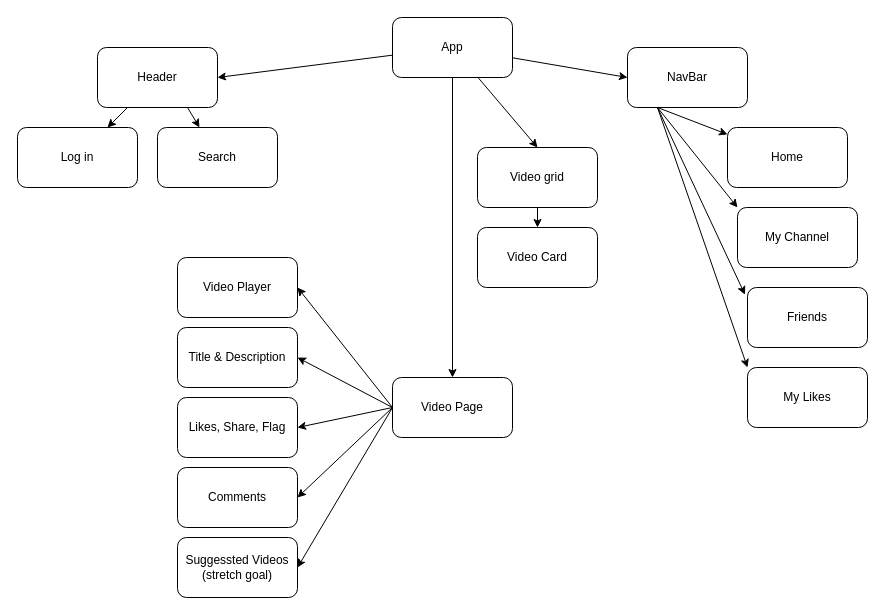
The draw.io diagram src/components/flowchart.drawio in peachyGB/EweTube, before the edit. Source tidied: cells renumbered, new cells numbered last; positions are measured from the earlier drawing's top-left corner, leaving out a move shared by most shapes. Both pictures are drawn from the tidied source at 100%, with x=0, y=0 at pixel (17, 17).
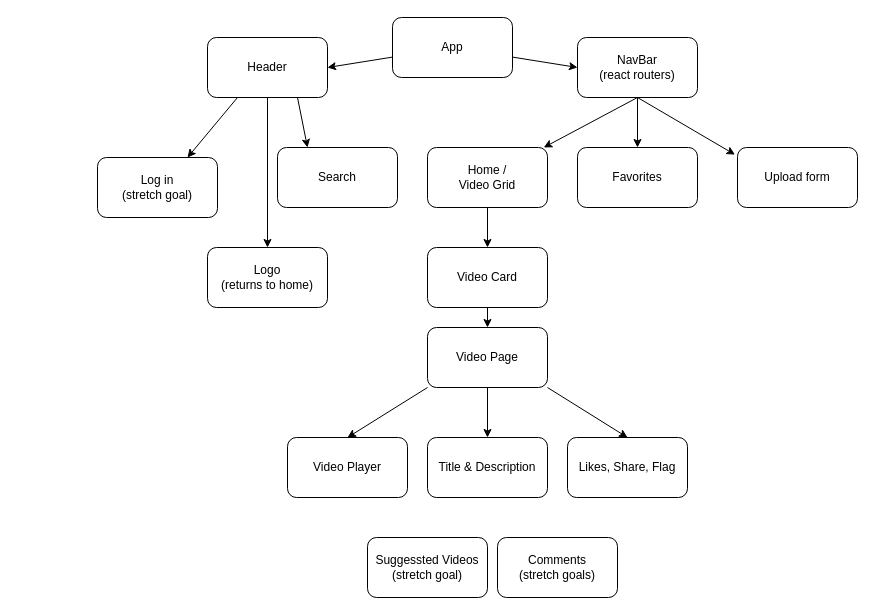
The same diagram, later.

The change refers to these unchanged cells:
```xml
<mxCell id="6" value="App" style="rounded=1;whiteSpace=wrap;html=1;" parent="1" vertex="1">
  <mxGeometry x="375" width="120" height="60" as="geometry" />
</mxCell>
```

Diff of the diagram source:
```diff
@@
-    <mxCell id="4" style="edgeStyle=none;html=1;entryX=0.5;entryY=0;entryDx=0;entryDy=0;" parent="1" edge="1" source="6" target="27">
-      <mxGeometry relative="1" as="geometry" />
-    </mxCell>
-    <mxCell id="5" style="edgeStyle=none;html=1;entryX=0.5;entryY=0;entryDx=0;entryDy=0;" parent="1" edge="1" source="6" target="21">
-      <mxGeometry relative="1" as="geometry" />
+    <mxCell id="5" style="edgeStyle=none;html=1;" parent="1" edge="1" source="6">
+      <mxGeometry relative="1" as="geometry">
+        <mxPoint x="460" y="60" as="targetPoint" />
+      </mxGeometry>
     </mxCell>
@@
-    <mxCell id="8" style="edgeStyle=none;html=1;exitX=0.75;exitY=1;exitDx=0;exitDy=0;" parent="1" edge="1" source="9" target="11">
+    <mxCell id="8" style="edgeStyle=none;html=1;exitX=0.75;exitY=1;exitDx=0;exitDy=0;entryX=0.25;entryY=0;entryDx=0;entryDy=0;" parent="1" edge="1" source="9" target="11">
       <mxGeometry relative="1" as="geometry" />
     </mxCell>
+    <mxCell id="35" style="edgeStyle=none;html=1;" parent="1" edge="1" source="9" target="38">
+      <mxGeometry relative="1" as="geometry" />
+    </mxCell>
     <mxCell id="9" value="Header" style="rounded=1;whiteSpace=wrap;html=1;" parent="1" vertex="1">
-      <mxGeometry x="80" y="30" width="120" height="60" as="geometry" />
+      <mxGeometry x="190" y="20" width="120" height="60" as="geometry" />
     </mxCell>
-    <mxCell id="10" value="Log in" style="rounded=1;whiteSpace=wrap;html=1;" parent="1" vertex="1">
-      <mxGeometry y="110" width="120" height="60" as="geometry" />
+    <mxCell id="10" value="Log in&lt;br&gt;(stretch goal)" style="rounded=1;whiteSpace=wrap;html=1;" parent="1" vertex="1">
+      <mxGeometry x="80" y="140" width="120" height="60" as="geometry" />
     </mxCell>
     <mxCell id="11" value="Search" style="rounded=1;whiteSpace=wrap;html=1;" parent="1" vertex="1">
-      <mxGeometry x="140" y="110" width="120" height="60" as="geometry" />
+      <mxGeometry x="260" y="130" width="120" height="60" as="geometry" />
     </mxCell>
-    <mxCell id="12" style="edgeStyle=none;html=1;entryX=-0.021;entryY=0.119;entryDx=0;entryDy=0;entryPerimeter=0;exitX=0.25;exitY=1;exitDx=0;exitDy=0;" parent="1" edge="1" source="16" target="19">
+    <mxCell id="12" style="edgeStyle=none;html=1;entryX=-0.021;entryY=0.119;entryDx=0;entryDy=0;entryPerimeter=0;exitX=0.5;exitY=1;exitDx=0;exitDy=0;" parent="1" edge="1" source="16" target="19">
       <mxGeometry relative="1" as="geometry" />
     </mxCell>
-    <mxCell id="13" style="edgeStyle=none;html=1;exitX=0.25;exitY=1;exitDx=0;exitDy=0;" parent="1" edge="1" source="16" target="18">
+    <mxCell id="13" style="edgeStyle=none;html=1;exitX=0.5;exitY=1;exitDx=0;exitDy=0;" parent="1" edge="1" source="16" target="18">
       <mxGeometry relative="1" as="geometry" />
     </mxCell>
-    <mxCell id="14" style="edgeStyle=none;html=1;exitX=0.25;exitY=1;exitDx=0;exitDy=0;entryX=0;entryY=0;entryDx=0;entryDy=0;" parent="1" edge="1" source="16" target="33">
+    <mxCell id="14" style="edgeStyle=none;html=1;exitX=0.5;exitY=1;exitDx=0;exitDy=0;entryX=0.5;entryY=0;entryDx=0;entryDy=0;" parent="1" edge="1" source="16" target="33">
       <mxGeometry relative="1" as="geometry" />
     </mxCell>
-    <mxCell id="15" style="edgeStyle=none;html=1;exitX=0.25;exitY=1;exitDx=0;exitDy=0;entryX=0;entryY=0;entryDx=0;entryDy=0;" parent="1" edge="1" source="16" target="17">
-      <mxGeometry relative="1" as="geometry" />
-    </mxCell>
-    <mxCell id="16" value="NavBar" style="rounded=1;whiteSpace=wrap;html=1;" parent="1" vertex="1">
-      <mxGeometry x="610" y="30" width="120" height="60" as="geometry" />
+    <mxCell id="16" value="NavBar&lt;br&gt;(react routers)" style="rounded=1;whiteSpace=wrap;html=1;" parent="1" vertex="1">
+      <mxGeometry x="560" y="20" width="120" height="60" as="geometry" />
     </mxCell>
-    <mxCell id="17" value="My Channel" style="rounded=1;whiteSpace=wrap;html=1;" parent="1" vertex="1">
-      <mxGeometry x="720" y="190" width="120" height="60" as="geometry" />
-    </mxCell>
+    <mxCell id="36" style="edgeStyle=none;html=1;" parent="1" edge="1" source="18" target="28">
+      <mxGeometry relative="1" as="geometry" />
+    </mxCell>
-    <mxCell id="18" value="Home" style="rounded=1;whiteSpace=wrap;html=1;" parent="1" vertex="1">
-      <mxGeometry x="710" y="110" width="120" height="60" as="geometry" />
+    <mxCell id="18" value="Home / &lt;br&gt;Video Grid" style="rounded=1;whiteSpace=wrap;html=1;" parent="1" vertex="1">
+      <mxGeometry x="410" y="130" width="120" height="60" as="geometry" />
     </mxCell>
-    <mxCell id="19" value="Friends" style="rounded=1;whiteSpace=wrap;html=1;" parent="1" vertex="1">
-      <mxGeometry x="730" y="270" width="120" height="60" as="geometry" />
+    <mxCell id="19" value="Upload form" style="rounded=1;whiteSpace=wrap;html=1;" parent="1" vertex="1">
+      <mxGeometry x="720" y="130" width="120" height="60" as="geometry" />
     </mxCell>
-    <mxCell id="20" style="edgeStyle=none;html=1;" parent="1" edge="1" source="21" target="28">
-      <mxGeometry relative="1" as="geometry" />
-    </mxCell>
-    <mxCell id="21" value="Video grid" style="rounded=1;whiteSpace=wrap;html=1;" parent="1" vertex="1">
-      <mxGeometry x="460" y="130" width="120" height="60" as="geometry" />
-    </mxCell>
-    <mxCell id="22" style="edgeStyle=none;html=1;exitX=0;exitY=0.5;exitDx=0;exitDy=0;entryX=1;entryY=0.5;entryDx=0;entryDy=0;" parent="1" edge="1" source="27" target="29">
+    <mxCell id="22" style="edgeStyle=none;html=1;entryX=0.5;entryY=0;entryDx=0;entryDy=0;exitX=0;exitY=1;exitDx=0;exitDy=0;" parent="1" edge="1" source="27" target="29">
       <mxGeometry relative="1" as="geometry" />
     </mxCell>
-    <mxCell id="23" style="edgeStyle=none;html=1;exitX=0;exitY=0.5;exitDx=0;exitDy=0;entryX=1;entryY=0.5;entryDx=0;entryDy=0;" parent="1" edge="1" source="27" target="30">
+    <mxCell id="23" style="edgeStyle=none;html=1;entryX=0.5;entryY=0;entryDx=0;entryDy=0;" parent="1" edge="1" source="27" target="30">
       <mxGeometry relative="1" as="geometry" />
     </mxCell>
-    <mxCell id="24" style="edgeStyle=none;html=1;exitX=0;exitY=0.5;exitDx=0;exitDy=0;entryX=1;entryY=0.5;entryDx=0;entryDy=0;" parent="1" edge="1" source="27" target="32">
+    <mxCell id="24" style="edgeStyle=none;html=1;exitX=1;exitY=1;exitDx=0;exitDy=0;entryX=0.5;entryY=0;entryDx=0;entryDy=0;" parent="1" edge="1" source="27" target="32">
       <mxGeometry relative="1" as="geometry" />
     </mxCell>
-    <mxCell id="25" style="edgeStyle=none;html=1;exitX=0;exitY=0.5;exitDx=0;exitDy=0;entryX=1;entryY=0.5;entryDx=0;entryDy=0;" parent="1" edge="1" source="27" target="31">
-      <mxGeometry relative="1" as="geometry" />
-    </mxCell>
-    <mxCell id="26" style="edgeStyle=none;html=1;exitX=0;exitY=0.5;exitDx=0;exitDy=0;entryX=1;entryY=0.5;entryDx=0;entryDy=0;" parent="1" edge="1" source="27" target="34">
-      <mxGeometry relative="1" as="geometry" />
-    </mxCell>
     <mxCell id="27" value="Video Page" style="rounded=1;whiteSpace=wrap;html=1;" parent="1" vertex="1">
-      <mxGeometry x="375" y="360" width="120" height="60" as="geometry" />
+      <mxGeometry x="410" y="310" width="120" height="60" as="geometry" />
     </mxCell>
+    <mxCell id="37" style="edgeStyle=none;html=1;" parent="1" edge="1" source="28" target="27">
+      <mxGeometry relative="1" as="geometry" />
+    </mxCell>
     <mxCell id="28" value="Video Card" style="rounded=1;whiteSpace=wrap;html=1;" parent="1" vertex="1">
-      <mxGeometry x="460" y="210" width="120" height="60" as="geometry" />
+      <mxGeometry x="410" y="230" width="120" height="60" as="geometry" />
     </mxCell>
     <mxCell id="29" value="Video Player" style="rounded=1;whiteSpace=wrap;html=1;" parent="1" vertex="1">
-      <mxGeometry x="160" y="240" width="120" height="60" as="geometry" />
+      <mxGeometry x="270" y="420" width="120" height="60" as="geometry" />
     </mxCell>
     <mxCell id="30" value="Title &amp;amp; Description" style="rounded=1;whiteSpace=wrap;html=1;" parent="1" vertex="1">
-      <mxGeometry x="160" y="310" width="120" height="60" as="geometry" />
+      <mxGeometry x="410" y="420" width="120" height="60" as="geometry" />
     </mxCell>
-    <mxCell id="31" value="Comments" style="rounded=1;whiteSpace=wrap;html=1;" parent="1" vertex="1">
-      <mxGeometry x="160" y="450" width="120" height="60" as="geometry" />
+    <mxCell id="31" value="Comments&lt;br&gt;(stretch goals)" style="rounded=1;whiteSpace=wrap;html=1;" parent="1" vertex="1">
+      <mxGeometry x="480" y="520" width="120" height="60" as="geometry" />
     </mxCell>
     <mxCell id="32" value="Likes, Share, Flag" style="rounded=1;whiteSpace=wrap;html=1;" parent="1" vertex="1">
-      <mxGeometry x="160" y="380" width="120" height="60" as="geometry" />
+      <mxGeometry x="550" y="420" width="120" height="60" as="geometry" />
     </mxCell>
-    <mxCell id="33" value="My Likes" style="rounded=1;whiteSpace=wrap;html=1;" parent="1" vertex="1">
-      <mxGeometry x="730" y="350" width="120" height="60" as="geometry" />
+    <mxCell id="33" value="Favorites" style="rounded=1;whiteSpace=wrap;html=1;" parent="1" vertex="1">
+      <mxGeometry x="560" y="130" width="120" height="60" as="geometry" />
     </mxCell>
     <mxCell id="34" value="Suggessted Videos&lt;br&gt;(stretch goal)" style="rounded=1;whiteSpace=wrap;html=1;" parent="1" vertex="1">
-      <mxGeometry x="160" y="520" width="120" height="60" as="geometry" />
+      <mxGeometry x="350" y="520" width="120" height="60" as="geometry" />
     </mxCell>
+    <mxCell id="38" value="Logo&lt;br&gt;(returns to home)" style="rounded=1;whiteSpace=wrap;html=1;" parent="1" vertex="1">
+      <mxGeometry x="190" y="230" width="120" height="60" as="geometry" />
+    </mxCell>
```
